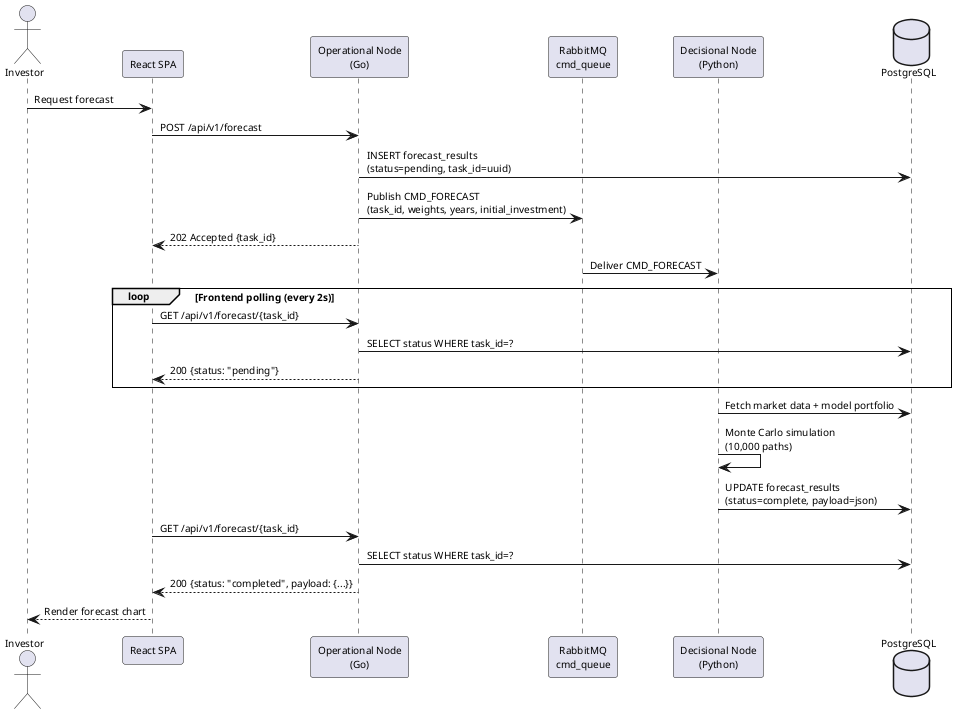
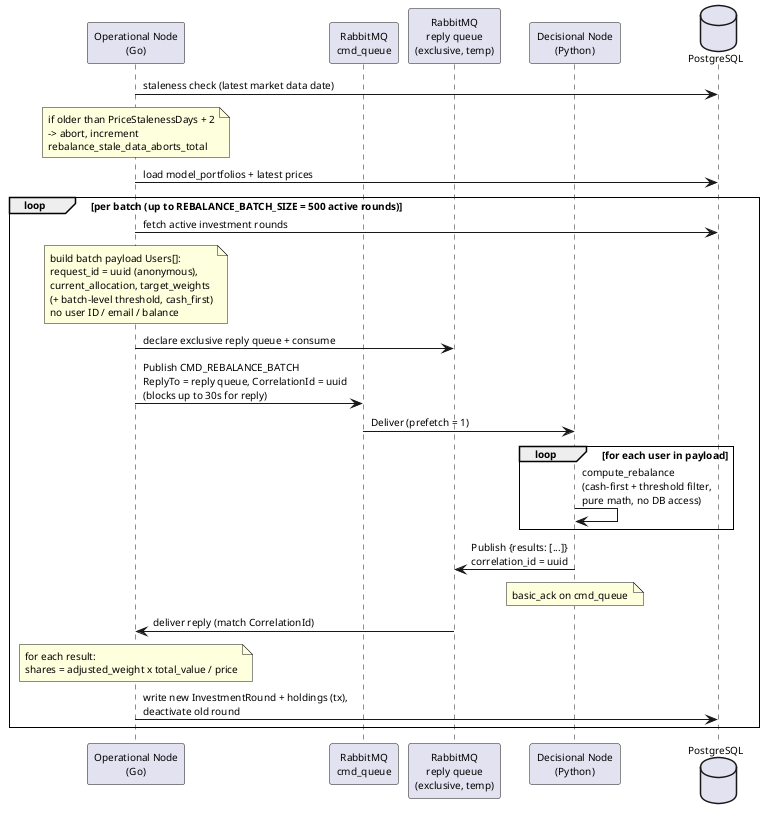
- @startuml InvestPilot-Sequence-Forecast
+ @startuml InvestPilot-Sequence-RPC
skinparam defaultFontSize 10
skinparam defaultFontName Arial
skinparam sequenceArrowThickness 1
skinparam sequenceGroupBorderThickness 1

- actor "Investor" as User
- participant "React SPA" as SPA
participant "Operational Node\n(Go)" as Go
participant "RabbitMQ\ncmd_queue" as MQ
+ participant "RabbitMQ\nreply queue\n(exclusive, temp)" as RQ
participant "Decisional Node\n(Python)" as Python
database "PostgreSQL" as DB

- User -> SPA : Request forecast
- SPA -> Go : POST /api/v1/forecast
+ Go -> DB : staleness check (latest market data date)
+ note over Go : if older than PriceStalenessDays + 2\n-> abort, increment\nrebalance_stale_data_aborts_total
+ Go -> DB : load model_portfolios + latest prices

- Go -> DB : INSERT forecast_results\n(status=pending, task_id=uuid)
- Go -> MQ : Publish CMD_FORECAST\n(task_id, weights, years, initial_investment)
- Go --> SPA : 202 Accepted {task_id}
+ loop per batch (up to REBALANCE_BATCH_SIZE = 500 active rounds)
+     Go -> DB : fetch active investment rounds
+     note over Go : build batch payload Users[]:\nrequest_id = uuid (anonymous),\ncurrent_allocation, target_weights\n(+ batch-level threshold, cash_first)\nno user ID / email / balance

- MQ -> Python : Deliver CMD_FORECAST
+     Go -> RQ : declare exclusive reply queue + consume
+     Go -> MQ : Publish CMD_REBALANCE_BATCH\nReplyTo = reply queue, CorrelationId = uuid\n(blocks up to 30s for reply)
+     MQ -> Python : Deliver (prefetch = 1)

- loop Frontend polling (every 2s)
-     SPA -> Go : GET /api/v1/forecast/{task_id}
-     Go -> DB : SELECT status WHERE task_id=?
-     Go --> SPA : 200 {status: "pending"}
+     loop for each user in payload
+         Python -> Python : compute_rebalance\n(cash-first + threshold filter,\npure math, no DB access)
+     end
+ 
+     Python -> RQ : Publish {results: [...]}\ncorrelation_id = uuid
+     note over Python : basic_ack on cmd_queue
+     RQ -> Go : deliver reply (match CorrelationId)
+ 
+     note over Go : for each result:\nshares = adjusted_weight x total_value / price
+     Go -> DB : write new InvestmentRound + holdings (tx),\ndeactivate old round
end
- 
- Python -> DB : Fetch market data + model portfolio
- Python -> Python : Monte Carlo simulation\n(10,000 paths)
- Python -> DB : UPDATE forecast_results\n(status=complete, payload=json)
- 
- SPA -> Go : GET /api/v1/forecast/{task_id}
- Go -> DB : SELECT status WHERE task_id=?
- Go --> SPA : 200 {status: "completed", payload: {...}}
- SPA --> User : Render forecast chart
- @enduml+ @enduml
